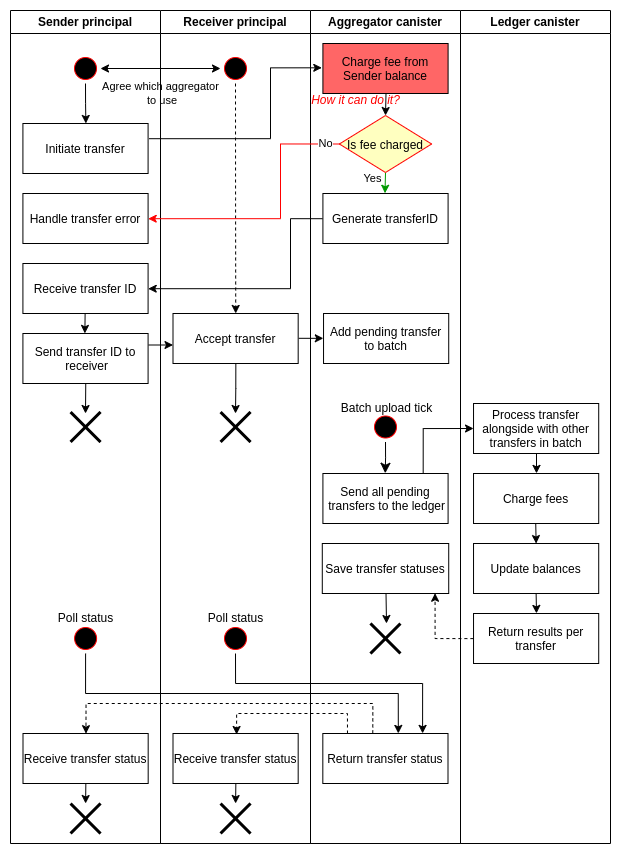
Before: .github/assets/flow.drawio.png, a diagram exported from draw.io (research-ag/hpl). Source tidied: cells renumbered, new cells last; positions are measured from the earlier drawing's top-left corner, leaving out a move shared by most shapes.
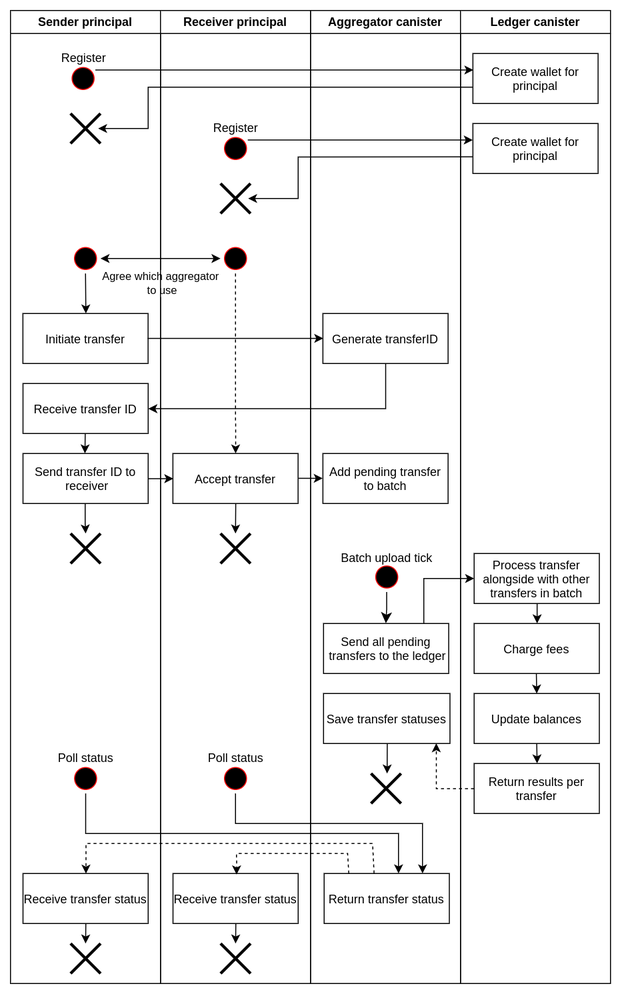
The same file after the commit.

The edit, as a diff of the source:
```diff
@@ -5,31 +5,12 @@
     <mxCell id="2" value="Aggregator canister" style="swimlane;whiteSpace=wrap;" parent="1" vertex="1">
-      <mxGeometry x="300" width="150" height="833" as="geometry" />
+      <mxGeometry x="300" width="150" height="973" as="geometry" />
     </mxCell>
     <mxCell id="3" value="Generate transferID" parent="2" vertex="1">
-      <mxGeometry x="12.4" y="183" width="125.2" height="50" as="geometry" />
+      <mxGeometry x="12.4" y="303" width="125.2" height="50" as="geometry" />
     </mxCell>
-    <mxCell id="4" value="Yes" style="edgeStyle=orthogonalEdgeStyle;rounded=0;jettySize=auto;html=1;entryX=0.496;entryY=-0.005;entryDx=0;entryDy=0;startArrow=none;startFill=0;strokeColor=#009900;entryPerimeter=0;exitX=0.5;exitY=1;exitDx=0;exitDy=0;" parent="2" edge="1" source="5" target="3">
-      <mxGeometry x="-0.39" y="-13" relative="1" as="geometry" />
-    </mxCell>
-    <mxCell id="5" value="Is fee charged" style="rhombus;fillColor=#ffffc0;strokeColor=#ff0000;" parent="2" vertex="1">
-      <mxGeometry x="28.9" y="105" width="92.2" height="57" as="geometry" />
-    </mxCell>
-    <mxCell id="6" style="edgeStyle=orthogonalEdgeStyle;rounded=0;jettySize=auto;html=1;startArrow=none;startFill=0;exitX=0.504;exitY=1;exitDx=0;exitDy=0;exitPerimeter=0;entryX=0.5;entryY=0;entryDx=0;entryDy=0;" parent="2" edge="1" source="7" target="5">
-      <mxGeometry relative="1" as="geometry">
-        <Array as="points">
-          <mxPoint x="75" y="83" />
-        </Array>
-      </mxGeometry>
-    </mxCell>
-    <mxCell id="7" value="Charge fee from &#10;Sender balance" style="fillColor=#FF6666;" parent="2" vertex="1">
-      <mxGeometry x="12.4" y="33" width="125.2" height="50" as="geometry" />
-    </mxCell>
-    <mxCell id="8" value="&lt;i&gt;How it can do it?&lt;/i&gt;" style="text;html=1;align=center;verticalAlign=middle;strokeColor=none;fillColor=none;fontColor=#FF0000;" parent="2" vertex="1">
-      <mxGeometry x="-10" y="75" width="110" height="30" as="geometry" />
-    </mxCell>
     <mxCell id="9" value="Add pending transfer &#10;to batch" parent="2" vertex="1">
-      <mxGeometry x="13" y="303" width="125.2" height="50" as="geometry" />
+      <mxGeometry x="12.4" y="443" width="125.2" height="50" as="geometry" />
     </mxCell>
     <mxCell id="10" value="Ba" style="ellipse;html=1;shape=startState;fillColor=#000000;strokeColor=#ff0000;" parent="2" vertex="1">
-      <mxGeometry x="60" y="401.5" width="30" height="30" as="geometry" />
+      <mxGeometry x="61.2" y="551.5" width="30" height="30" as="geometry" />
     </mxCell>
@@ -39,15 +20,15 @@
     <mxCell id="12" value="Batch upload tick" style="text;html=1;align=center;verticalAlign=middle;strokeColor=none;fillColor=none;" parent="2" vertex="1">
-      <mxGeometry x="20.6" y="383" width="110" height="30" as="geometry" />
+      <mxGeometry x="21.2" y="533" width="110" height="30" as="geometry" />
     </mxCell>
     <mxCell id="13" value="Send all pending&#10; transfers to the ledger" parent="2" vertex="1">
-      <mxGeometry x="12.4" y="463" width="125.2" height="50" as="geometry" />
+      <mxGeometry x="13" y="613" width="125.2" height="50" as="geometry" />
     </mxCell>
     <mxCell id="14" value="Save transfer statuses" parent="2" vertex="1">
-      <mxGeometry x="11.8" y="533" width="126.4" height="50" as="geometry" />
+      <mxGeometry x="13" y="683" width="126.4" height="50" as="geometry" />
     </mxCell>
     <mxCell id="15" style="shape=umlDestroy;whiteSpace=wrap;html=1;strokeWidth=3;fillColor=#FF6666;direction=south;" parent="2" vertex="1">
-      <mxGeometry x="59.9" y="613" width="30" height="30" as="geometry" />
+      <mxGeometry x="60.5" y="763" width="30" height="30" as="geometry" />
     </mxCell>
     <mxCell id="16" value="Return transfer status" parent="2" vertex="1">
-      <mxGeometry x="12.3" y="723" width="125.2" height="50" as="geometry" />
+      <mxGeometry x="13.6" y="863" width="125.2" height="50" as="geometry" />
     </mxCell>
@@ -55,3 +36,3 @@
       <mxGeometry relative="1" as="geometry">
-        <mxPoint x="76" y="613" as="targetPoint" />
+        <mxPoint x="76.6" y="763" as="targetPoint" />
       </mxGeometry>
@@ -59,6 +40,6 @@
     <mxCell id="18" value="Sender principal" style="swimlane;whiteSpace=wrap;" parent="1" vertex="1">
-      <mxGeometry width="150" height="833" as="geometry" />
+      <mxGeometry width="150" height="973" as="geometry" />
     </mxCell>
     <mxCell id="19" value="Initiate transfer" parent="18" vertex="1">
-      <mxGeometry x="12.4" y="113" width="125.2" height="50" as="geometry" />
+      <mxGeometry x="12.4" y="303" width="125.2" height="50" as="geometry" />
     </mxCell>
@@ -67,5 +48,2 @@
     </mxCell>
-    <mxCell id="21" value="Handle transfer error" parent="18" vertex="1">
-      <mxGeometry x="12.4" y="183" width="125.2" height="50" as="geometry" />
-    </mxCell>
     <mxCell id="22" style="edgeStyle=orthogonalEdgeStyle;rounded=0;jettySize=auto;html=1;entryX=0.495;entryY=-0.002;entryDx=0;entryDy=0;entryPerimeter=0;startArrow=none;startFill=0;strokeColor=default;exitX=0.497;exitY=0.998;exitDx=0;exitDy=0;exitPerimeter=0;" parent="18" edge="1" source="23" target="25">
@@ -74,14 +52,12 @@
     <mxCell id="23" value="Receive transfer ID" parent="18" vertex="1">
-      <mxGeometry x="12.4" y="253" width="125.2" height="50" as="geometry" />
+      <mxGeometry x="12.5" y="373" width="125.2" height="50" as="geometry" />
     </mxCell>
-    <mxCell id="24" style="edgeStyle=orthogonalEdgeStyle;rounded=0;jettySize=auto;html=1;fontColor=#FF0000;startArrow=none;startFill=0;endArrow=classic;endFill=1;strokeColor=#000000;exitX=0.502;exitY=0.996;exitDx=0;exitDy=0;exitPerimeter=0;" parent="18" edge="1" source="25">
-      <mxGeometry relative="1" as="geometry">
-        <mxPoint x="75" y="403" as="targetPoint" />
-      </mxGeometry>
-    </mxCell>
+    <mxCell id="64" style="edgeStyle=orthogonalEdgeStyle;rounded=0;jettySize=auto;html=1;exitX=0.497;exitY=1.001;exitDx=0;exitDy=0;exitPerimeter=0;" parent="18" edge="1" source="25" target="32">
+      <mxGeometry relative="1" as="geometry" />
+    </mxCell>
     <mxCell id="25" value="Send transfer ID to&#10; receiver" parent="18" vertex="1">
-      <mxGeometry x="12.4" y="323" width="125.2" height="50" as="geometry" />
+      <mxGeometry x="12.5" y="443" width="125.2" height="50" as="geometry" />
     </mxCell>
     <mxCell id="26" value="Ba" style="ellipse;html=1;shape=startState;fillColor=#000000;strokeColor=#ff0000;" parent="18" vertex="1">
-      <mxGeometry x="60.1" y="613" width="30" height="30" as="geometry" />
+      <mxGeometry x="60.1" y="753" width="30" height="30" as="geometry" />
     </mxCell>
@@ -89,3 +65,3 @@
       <mxGeometry relative="1" as="geometry">
-        <mxPoint x="75.1" y="793" as="targetPoint" />
+        <mxPoint x="75.1" y="933" as="targetPoint" />
       </mxGeometry>
@@ -93,16 +69,25 @@
     <mxCell id="28" value="Receive transfer status" parent="18" vertex="1">
-      <mxGeometry x="12.5" y="723" width="125.2" height="50" as="geometry" />
+      <mxGeometry x="12.5" y="863" width="125.2" height="50" as="geometry" />
     </mxCell>
     <mxCell id="29" value="Poll status" style="text;html=1;align=center;verticalAlign=middle;strokeColor=none;fillColor=none;" parent="18" vertex="1">
-      <mxGeometry x="35.1" y="593" width="80" height="30" as="geometry" />
+      <mxGeometry x="35.1" y="733" width="80" height="30" as="geometry" />
     </mxCell>
     <mxCell id="30" style="shape=umlDestroy;whiteSpace=wrap;html=1;strokeWidth=3;fillColor=#FF6666;" parent="18" vertex="1">
-      <mxGeometry x="60.1" y="793" width="30" height="30" as="geometry" />
+      <mxGeometry x="60.1" y="933" width="30" height="30" as="geometry" />
     </mxCell>
     <mxCell id="31" value="Ba" style="ellipse;html=1;shape=startState;fillColor=#000000;strokeColor=#ff0000;" parent="18" vertex="1">
-      <mxGeometry x="60" y="43" width="30" height="30" as="geometry" />
+      <mxGeometry x="60" y="233" width="30" height="30" as="geometry" />
     </mxCell>
     <mxCell id="32" style="shape=umlDestroy;whiteSpace=wrap;html=1;strokeWidth=3;fillColor=#FF6666;" parent="18" vertex="1">
-      <mxGeometry x="60.1" y="401.5" width="30" height="30" as="geometry" />
+      <mxGeometry x="60.1" y="523" width="30" height="30" as="geometry" />
     </mxCell>
+    <mxCell id="65" value="Ba" style="ellipse;html=1;shape=startState;fillColor=#000000;strokeColor=#ff0000;" parent="18" vertex="1">
+      <mxGeometry x="57.6" y="53" width="30" height="30" as="geometry" />
+    </mxCell>
+    <mxCell id="66" value="Register" style="text;html=1;align=center;verticalAlign=middle;strokeColor=none;fillColor=none;" parent="18" vertex="1">
+      <mxGeometry x="37.7" y="33" width="70" height="30" as="geometry" />
+    </mxCell>
+    <mxCell id="67" style="shape=umlDestroy;whiteSpace=wrap;html=1;strokeWidth=3;fillColor=#FF6666;" parent="18" vertex="1">
+      <mxGeometry x="60" y="103" width="30" height="30" as="geometry" />
+    </mxCell>
     <mxCell id="33" value="Agree which aggregator&lt;br&gt;&amp;nbsp;to use" style="edgeStyle=orthogonalEdgeStyle;rounded=0;jettySize=auto;html=1;entryX=0;entryY=0.5;entryDx=0;entryDy=0;startArrow=classic;startFill=1;exitX=1;exitY=0.5;exitDx=0;exitDy=0;" parent="1" edge="1" source="31" target="40">
@@ -111,3 +96,3 @@
     <mxCell id="34" value="Receiver principal" style="swimlane;whiteSpace=wrap;startSize=23;" parent="1" vertex="1">
-      <mxGeometry x="150" width="150" height="833" as="geometry" />
+      <mxGeometry x="150" width="150" height="973" as="geometry" />
     </mxCell>
@@ -115,3 +100,3 @@
       <mxGeometry relative="1" as="geometry">
-        <mxPoint x="75" y="403" as="targetPoint" />
+        <mxPoint x="75" y="523" as="targetPoint" />
       </mxGeometry>
@@ -119,9 +104,9 @@
     <mxCell id="36" value="Accept transfer" parent="34" vertex="1">
-      <mxGeometry x="12.5" y="303" width="125.2" height="50" as="geometry" />
+      <mxGeometry x="12.4" y="443" width="125.2" height="50" as="geometry" />
     </mxCell>
     <mxCell id="37" value="Ba" style="ellipse;html=1;shape=startState;fillColor=#000000;strokeColor=#ff0000;" parent="34" vertex="1">
-      <mxGeometry x="60" y="613" width="30" height="30" as="geometry" />
+      <mxGeometry x="60" y="753" width="30" height="30" as="geometry" />
     </mxCell>
     <mxCell id="38" value="Poll status" style="text;html=1;align=center;verticalAlign=middle;strokeColor=none;fillColor=none;" parent="34" vertex="1">
-      <mxGeometry x="35" y="593" width="80" height="30" as="geometry" />
+      <mxGeometry x="35" y="733" width="80" height="30" as="geometry" />
     </mxCell>
@@ -131,3 +116,3 @@
     <mxCell id="40" value="Ba" style="ellipse;html=1;shape=startState;fillColor=#000000;strokeColor=#ff0000;" parent="34" vertex="1">
-      <mxGeometry x="60" y="43" width="30" height="30" as="geometry" />
+      <mxGeometry x="60" y="233" width="30" height="30" as="geometry" />
     </mxCell>
@@ -135,3 +120,3 @@
       <mxGeometry relative="1" as="geometry">
-        <mxPoint x="75.1" y="793" as="targetPoint" />
+        <mxPoint x="75.1" y="933" as="targetPoint" />
       </mxGeometry>
@@ -139,31 +124,26 @@
     <mxCell id="42" value="Receive transfer status" parent="34" vertex="1">
-      <mxGeometry x="12.5" y="723" width="125.2" height="50" as="geometry" />
+      <mxGeometry x="12.5" y="863" width="125.2" height="50" as="geometry" />
     </mxCell>
     <mxCell id="43" style="shape=umlDestroy;whiteSpace=wrap;html=1;strokeWidth=3;fillColor=#FF6666;" parent="34" vertex="1">
-      <mxGeometry x="60.1" y="793" width="30" height="30" as="geometry" />
+      <mxGeometry x="60.1" y="933" width="30" height="30" as="geometry" />
     </mxCell>
     <mxCell id="44" style="shape=umlDestroy;whiteSpace=wrap;html=1;strokeWidth=3;fillColor=#FF6666;" parent="34" vertex="1">
-      <mxGeometry x="60.1" y="401.5" width="30" height="30" as="geometry" />
+      <mxGeometry x="60" y="523" width="30" height="30" as="geometry" />
     </mxCell>
+    <mxCell id="68" value="Ba" style="ellipse;html=1;shape=startState;fillColor=#000000;strokeColor=#ff0000;" parent="34" vertex="1">
+      <mxGeometry x="60" y="123" width="30" height="30" as="geometry" />
+    </mxCell>
+    <mxCell id="69" value="Register" style="text;html=1;align=center;verticalAlign=middle;strokeColor=none;fillColor=none;" parent="34" vertex="1">
+      <mxGeometry x="40" y="103" width="70" height="30" as="geometry" />
+    </mxCell>
+    <mxCell id="70" style="shape=umlDestroy;whiteSpace=wrap;html=1;strokeWidth=3;fillColor=#FF6666;" parent="34" vertex="1">
+      <mxGeometry x="60" y="173" width="30" height="30" as="geometry" />
+    </mxCell>
-    <mxCell id="45" style="edgeStyle=orthogonalEdgeStyle;rounded=0;jettySize=auto;html=1;startArrow=none;startFill=0;exitX=1.008;exitY=0.304;exitDx=0;exitDy=0;exitPerimeter=0;entryX=-0.009;entryY=0.486;entryDx=0;entryDy=0;entryPerimeter=0;" parent="1" edge="1" source="19" target="7">
-      <mxGeometry relative="1" as="geometry">
-        <Array as="points">
-          <mxPoint x="260" y="128" />
-          <mxPoint x="260" y="57" />
-        </Array>
-      </mxGeometry>
+    <mxCell id="45" style="edgeStyle=orthogonalEdgeStyle;rounded=0;jettySize=auto;html=1;startArrow=none;startFill=0;exitX=0.996;exitY=0.498;exitDx=0;exitDy=0;entryX=0.003;entryY=0.498;entryDx=0;entryDy=0;exitPerimeter=0;entryPerimeter=0;" parent="1" edge="1" source="19" target="3">
+      <mxGeometry relative="1" as="geometry" />
     </mxCell>
-    <mxCell id="46" value="No" style="edgeStyle=orthogonalEdgeStyle;rounded=0;jettySize=auto;html=1;startArrow=none;startFill=0;strokeColor=#FF0000;entryX=1.001;entryY=0.504;entryDx=0;entryDy=0;entryPerimeter=0;exitX=0;exitY=0.5;exitDx=0;exitDy=0;" parent="1" edge="1" source="5" target="21">
-      <mxGeometry x="-0.9" relative="1" as="geometry">
-        <Array as="points">
-          <mxPoint x="270" y="133" />
-          <mxPoint x="270" y="208" />
-        </Array>
-      </mxGeometry>
-    </mxCell>
-    <mxCell id="47" style="edgeStyle=orthogonalEdgeStyle;rounded=0;jettySize=auto;html=1;startArrow=none;startFill=0;strokeColor=#000000;entryX=1.001;entryY=0.504;entryDx=0;entryDy=0;entryPerimeter=0;exitX=-0.003;exitY=0.504;exitDx=0;exitDy=0;exitPerimeter=0;" parent="1" edge="1" source="3" target="23">
+    <mxCell id="47" style="edgeStyle=orthogonalEdgeStyle;rounded=0;jettySize=auto;html=1;startArrow=none;startFill=0;strokeColor=#000000;entryX=1.001;entryY=0.504;entryDx=0;entryDy=0;entryPerimeter=0;exitX=0.501;exitY=0.997;exitDx=0;exitDy=0;exitPerimeter=0;" parent="1" edge="1" source="3" target="23">
       <mxGeometry relative="1" as="geometry">
         <Array as="points">
-          <mxPoint x="280" y="208" />
-          <mxPoint x="280" y="278" />
+          <mxPoint x="375" y="398" />
         </Array>
@@ -175,3 +155,3 @@
     <mxCell id="49" value="Ledger canister" style="swimlane;whiteSpace=wrap;" parent="1" vertex="1">
-      <mxGeometry x="450" width="150" height="833" as="geometry" />
+      <mxGeometry x="450" width="150" height="973" as="geometry" />
     </mxCell>
@@ -181,3 +161,3 @@
     <mxCell id="51" value="Return results per&#10;transfer" parent="49" vertex="1">
-      <mxGeometry x="13" y="603" width="125.2" height="50" as="geometry" />
+      <mxGeometry x="13.6" y="753" width="125.2" height="50" as="geometry" />
     </mxCell>
@@ -187,3 +167,3 @@
     <mxCell id="53" value="Process transfer&#10;alongside with other&#10;transfers in batch" parent="49" vertex="1">
-      <mxGeometry x="13" y="393" width="125.2" height="50" as="geometry" />
+      <mxGeometry x="13.6" y="543" width="125.2" height="50" as="geometry" />
     </mxCell>
@@ -193,7 +173,13 @@
     <mxCell id="55" value="Charge fees" parent="49" vertex="1">
-      <mxGeometry x="13" y="463" width="125.2" height="50" as="geometry" />
+      <mxGeometry x="13.6" y="613" width="125.2" height="50" as="geometry" />
     </mxCell>
     <mxCell id="56" value="Update balances" parent="49" vertex="1">
-      <mxGeometry x="13" y="533" width="125.2" height="50" as="geometry" />
+      <mxGeometry x="13.6" y="683" width="125.2" height="50" as="geometry" />
     </mxCell>
+    <mxCell id="71" value="Create wallet for &#10;principal" parent="49" vertex="1">
+      <mxGeometry x="12.4" y="43" width="125.2" height="50" as="geometry" />
+    </mxCell>
+    <mxCell id="72" value="Create wallet for &#10;principal" parent="49" vertex="1">
+      <mxGeometry x="12.4" y="113" width="125.2" height="50" as="geometry" />
+    </mxCell>
     <mxCell id="57" style="edgeStyle=orthogonalEdgeStyle;rounded=0;jettySize=auto;html=1;entryX=0;entryY=0.5;entryDx=0;entryDy=0;entryPerimeter=0;startArrow=none;startFill=0;strokeColor=default;exitX=0.801;exitY=-0.005;exitDx=0;exitDy=0;exitPerimeter=0;" parent="1" edge="1" source="13" target="53">
@@ -204,3 +190,3 @@
         <Array as="points">
-          <mxPoint x="425" y="628" />
+          <mxPoint x="425.6" y="778" />
         </Array>
@@ -211,4 +197,4 @@
         <Array as="points">
-          <mxPoint x="362.1" y="693" />
-          <mxPoint x="75.1" y="693" />
+          <mxPoint x="362.1" y="833" />
+          <mxPoint x="75.1" y="833" />
         </Array>
@@ -219,4 +205,4 @@
         <Array as="points">
-          <mxPoint x="337.1" y="703" />
-          <mxPoint x="226.1" y="703" />
+          <mxPoint x="337.1" y="843" />
+          <mxPoint x="226.1" y="843" />
         </Array>
@@ -227,4 +213,4 @@
         <Array as="points">
-          <mxPoint x="225.1" y="673" />
-          <mxPoint x="412.1" y="673" />
+          <mxPoint x="225.1" y="813" />
+          <mxPoint x="412.1" y="813" />
         </Array>
@@ -235,4 +221,4 @@
         <Array as="points">
-          <mxPoint x="75.1" y="683" />
-          <mxPoint x="388.1" y="683" />
+          <mxPoint x="75.1" y="823" />
+          <mxPoint x="388.1" y="823" />
         </Array>
@@ -240,5 +226,37 @@
     </mxCell>
-    <mxCell id="63" style="edgeStyle=orthogonalEdgeStyle;rounded=0;jettySize=auto;html=1;entryX=0;entryY=0.63;entryDx=0;entryDy=0;entryPerimeter=0;fontColor=#FF0000;startArrow=none;startFill=0;endArrow=classic;endFill=1;strokeColor=#000000;exitX=1.005;exitY=0.23;exitDx=0;exitDy=0;exitPerimeter=0;" parent="1" edge="1" source="25" target="36">
+    <mxCell id="63" style="edgeStyle=orthogonalEdgeStyle;rounded=0;jettySize=auto;html=1;entryX=0.003;entryY=0.496;entryDx=0;entryDy=0;entryPerimeter=0;fontColor=#FF0000;startArrow=none;startFill=0;endArrow=classic;endFill=1;strokeColor=#000000;exitX=1.004;exitY=0.504;exitDx=0;exitDy=0;exitPerimeter=0;" parent="1" edge="1" source="25" target="36">
       <mxGeometry relative="1" as="geometry" />
     </mxCell>
+    <mxCell id="73" style="edgeStyle=orthogonalEdgeStyle;rounded=0;jettySize=auto;html=1;entryX=0.004;entryY=0.33;entryDx=0;entryDy=0;entryPerimeter=0;" parent="1" edge="1" source="65" target="71">
+      <mxGeometry relative="1" as="geometry">
+        <Array as="points">
+          <mxPoint x="274.6" y="59" />
+        </Array>
+      </mxGeometry>
+    </mxCell>
+    <mxCell id="74" style="edgeStyle=orthogonalEdgeStyle;rounded=0;jettySize=auto;html=1;entryX=-0.001;entryY=0.331;entryDx=0;entryDy=0;entryPerimeter=0;" parent="1" edge="1" source="68" target="72">
+      <mxGeometry relative="1" as="geometry">
+        <Array as="points">
+          <mxPoint x="460.6" y="130" />
+        </Array>
+      </mxGeometry>
+    </mxCell>
+    <mxCell id="75" style="edgeStyle=orthogonalEdgeStyle;rounded=0;jettySize=auto;html=1;exitX=-0.001;exitY=0.673;exitDx=0;exitDy=0;exitPerimeter=0;" parent="1" edge="1" source="71">
+      <mxGeometry relative="1" as="geometry">
+        <mxPoint x="87.6" y="118" as="targetPoint" />
+        <Array as="points">
+          <mxPoint x="137.6" y="77" />
+          <mxPoint x="137.6" y="118" />
+        </Array>
+      </mxGeometry>
+    </mxCell>
+    <mxCell id="76" style="edgeStyle=orthogonalEdgeStyle;rounded=0;jettySize=auto;html=1;exitX=0.004;exitY=0.668;exitDx=0;exitDy=0;exitPerimeter=0;" parent="1" edge="1" source="72">
+      <mxGeometry relative="1" as="geometry">
+        <mxPoint x="237.6" y="188" as="targetPoint" />
+        <Array as="points">
+          <mxPoint x="287.6" y="146" />
+          <mxPoint x="287.6" y="188" />
+        </Array>
+      </mxGeometry>
+    </mxCell>
   </root>
```
